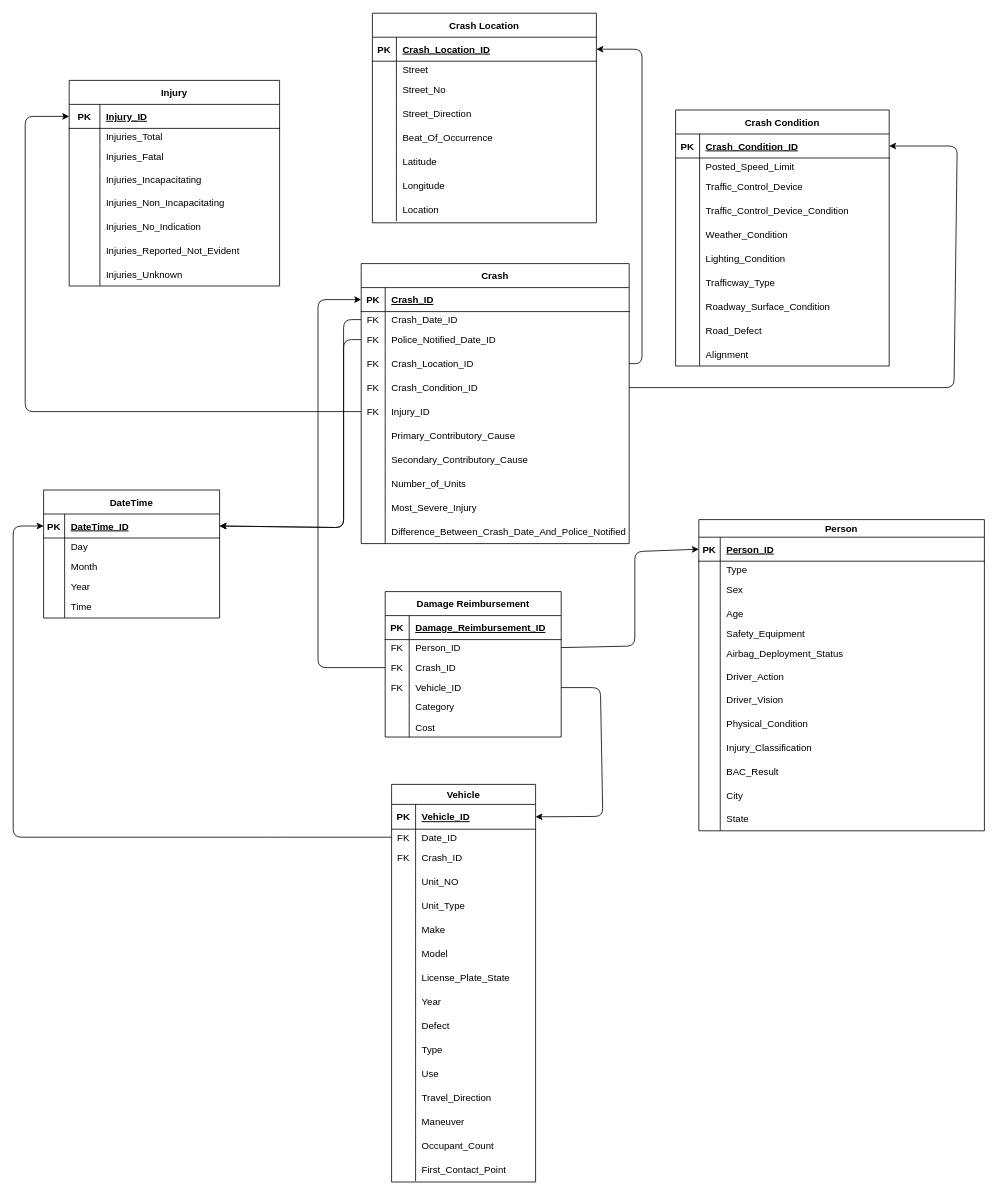
Before: Data Warehouse Schema/DW Schema.drawio in SaraHoxha/lds-dw-modelling, a draw.io diagram. Source tidied: cells renumbered, new cells numbered last; positions are measured from the earlier drawing's top-left corner, leaving out a move shared by most shapes. Both pictures are drawn from the tidied source at 80%, with x=0, y=0 at pixel (13, 13).
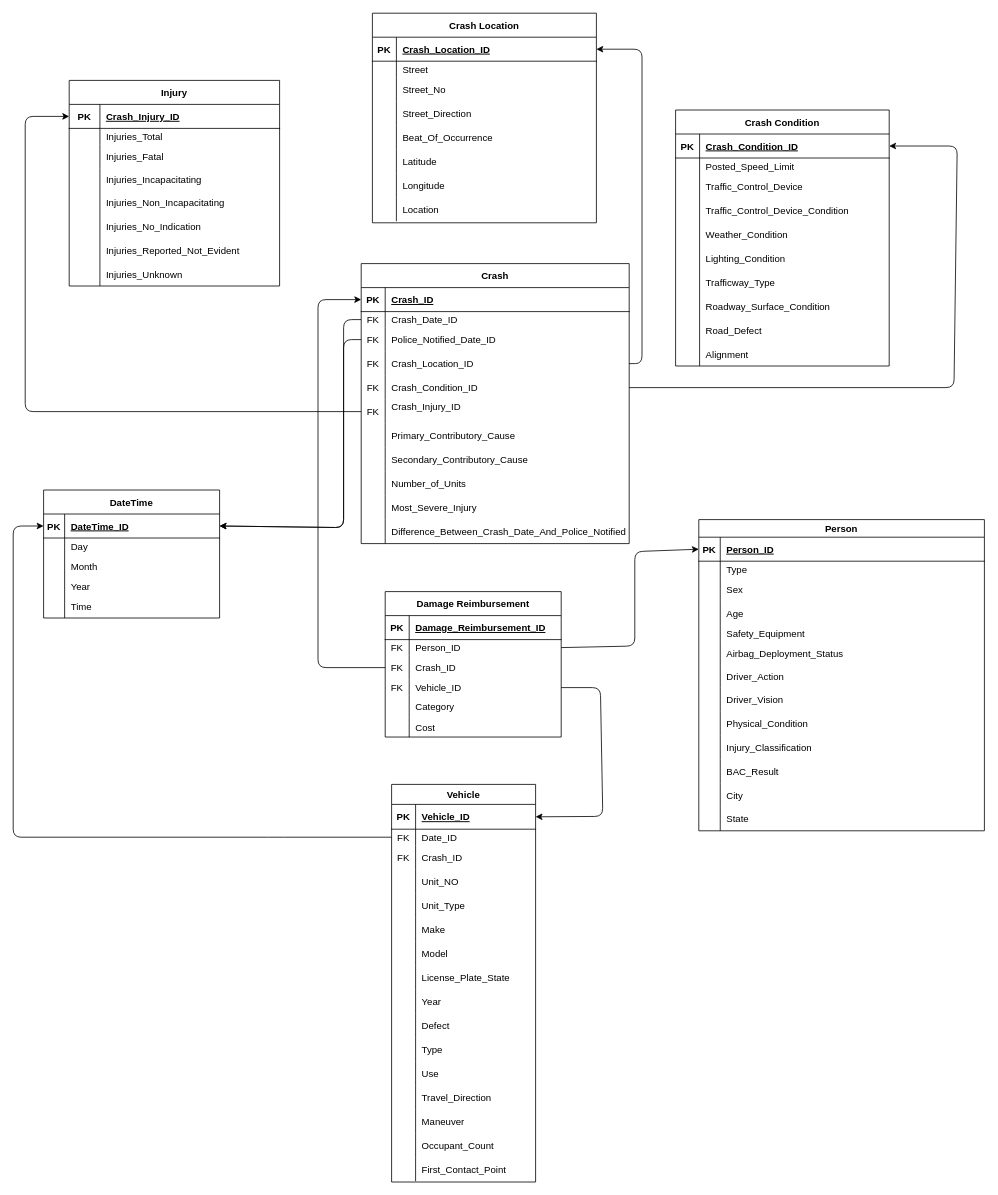
After the change.

The change refers to these unchanged cells:
```xml
<mxCell id="157" style="shape=tableRow;horizontal=0;startSize=0;swimlaneHead=0;swimlaneBody=0;fillColor=none;points=[[0,0.5],[1,0.5]];portConstraint=eastwest;top=0;left=0;right=0;bottom=0;" parent="141" vertex="1">
  <mxGeometry y="170" width="335" height="30" as="geometry" />
</mxCell>
<mxCell id="176" style="shape=tableRow;horizontal=0;startSize=0;swimlaneHead=0;swimlaneBody=0;fillColor=none;points=[[0,0.5],[1,0.5]];portConstraint=eastwest;top=0;left=0;right=0;bottom=1;" parent="175" vertex="1">
  <mxGeometry y="30" width="263" height="30" as="geometry" />
</mxCell>
```

What changed in the source:
```diff
@@
-    <mxCell id="159" value="Injury_ID" style="shape=partialRectangle;fillColor=none;top=0;left=0;bottom=0;right=0;align=left;spacingLeft=6;fontStyle=0;overflow=hidden;" parent="157" vertex="1">
+    <mxCell id="159" value="Crash_Injury_ID&#10;" style="shape=partialRectangle;fillColor=none;top=0;left=0;bottom=0;right=0;align=left;spacingLeft=6;fontStyle=0;overflow=hidden;" parent="157" vertex="1">
       <mxGeometry x="30" width="305" height="30" as="geometry" />
     </mxCell>
@@
-    <mxCell id="178" value="Injury_ID" style="shape=partialRectangle;fillColor=none;top=0;left=0;bottom=0;right=0;align=left;spacingLeft=6;fontStyle=5;overflow=hidden;" parent="176" vertex="1">
+    <mxCell id="178" value="Crash_Injury_ID" style="shape=partialRectangle;fillColor=none;top=0;left=0;bottom=0;right=0;align=left;spacingLeft=6;fontStyle=5;overflow=hidden;" parent="176" vertex="1">
       <mxGeometry x="38.4" width="224.6" height="30" as="geometry" />
     </mxCell>
```
